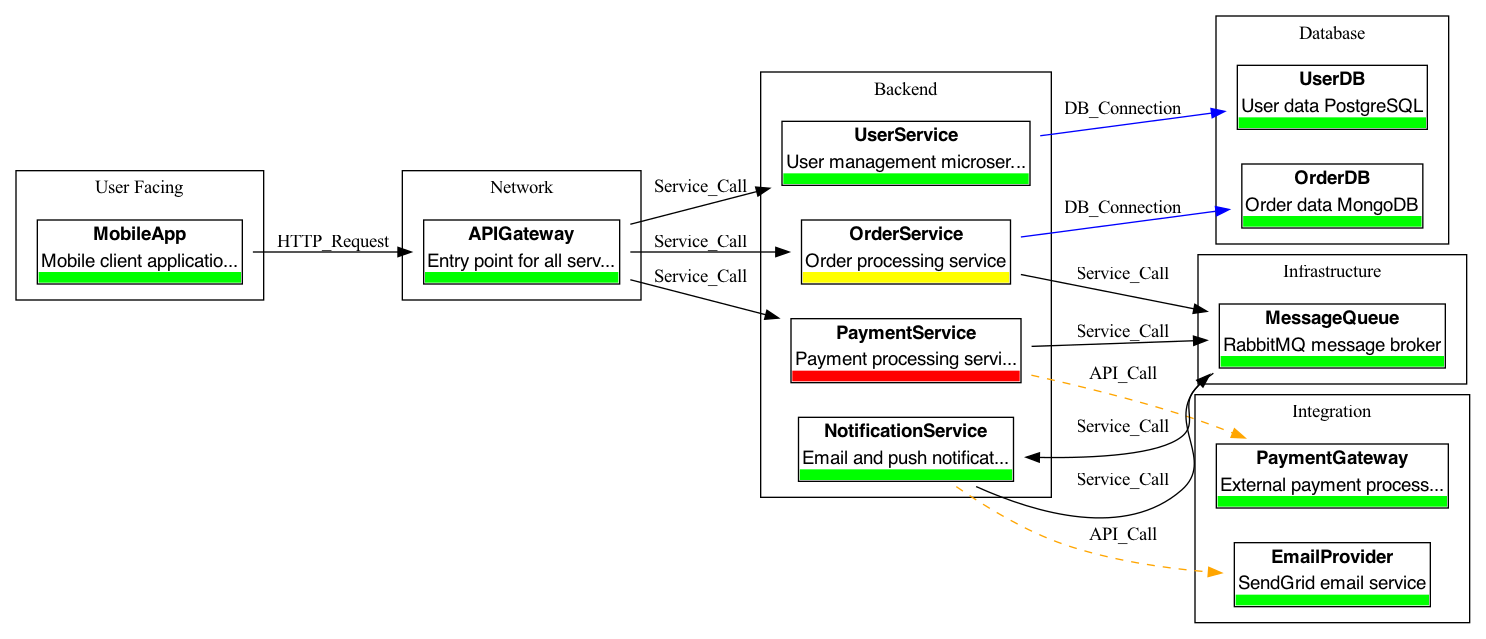
Earlier version of the Graphviz export example_output/microservices.png (imran31415/gorph). Its source is kept beside it as example_output/microservices.dot.
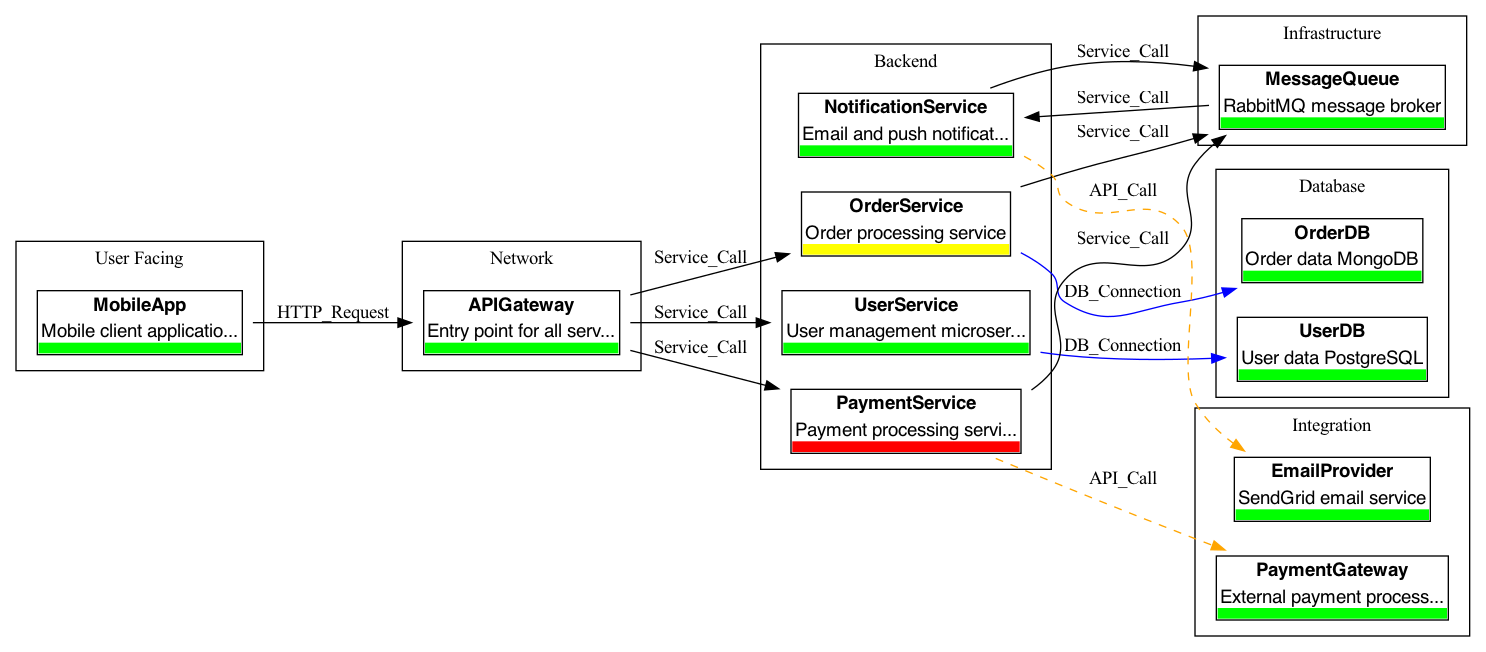
Later version of the same file.

Diff of the diagram source:
```diff
@@ -1,6 +1,33 @@
 digraph Infrastructure {
   rankdir=LR;
   node [shape=plaintext, fontname=Helvetica];
+  subgraph cluster_DATABASE {
+    label="Database";
+    UserDB [tooltip="UserDB: User data PostgreSQL\nStatus: healthy\nOwner: user-team\nEnvironment: production" label=<
+      <TABLE BORDER="1" CELLBORDER="0" CELLSPACING="0">
+        <TR><TD><B>UserDB</B></TD></TR>
+        <TR><TD>User data PostgreSQL</TD></TR>
+        <TR><TD BGCOLOR="green" HEIGHT="8"></TD></TR>
+      </TABLE>
+    >];
+    OrderDB [tooltip="OrderDB: Order data MongoDB\nStatus: healthy\nOwner: order-team\nEnvironment: production" label=<
+      <TABLE BORDER="1" CELLBORDER="0" CELLSPACING="0">
+        <TR><TD><B>OrderDB</B></TD></TR>
+        <TR><TD>Order data MongoDB</TD></TR>
+        <TR><TD BGCOLOR="green" HEIGHT="8"></TD></TR>
+      </TABLE>
+    >];
+  }
+  subgraph cluster_INFRASTRUCTURE {
+    label="Infrastructure";
+    MessageQueue [tooltip="MessageQueue: RabbitMQ message broker\nStatus: healthy\nOwner: platform-team\nEnvironment: production" label=<
+      <TABLE BORDER="1" CELLBORDER="0" CELLSPACING="0">
+        <TR><TD><B>MessageQueue</B></TD></TR>
+        <TR><TD>RabbitMQ message broker</TD></TR>
+        <TR><TD BGCOLOR="green" HEIGHT="8"></TD></TR>
+      </TABLE>
+    >];
+  }
   subgraph cluster_INTEGRATION {
     label="Integration";
     PaymentGateway [tooltip="PaymentGateway: External payment processor\nStatus: healthy\nOwner: integrations\nEnvironment: production\nTags: [external]" label=<
@@ -69,33 +96,6 @@
       </TABLE>
     >];
   }
-  subgraph cluster_DATABASE {
-    label="Database";
-    UserDB [tooltip="UserDB: User data PostgreSQL\nStatus: healthy\nOwner: user-team\nEnvironment: production" label=<
-      <TABLE BORDER="1" CELLBORDER="0" CELLSPACING="0">
-        <TR><TD><B>UserDB</B></TD></TR>
-        <TR><TD>User data PostgreSQL</TD></TR>
-        <TR><TD BGCOLOR="green" HEIGHT="8"></TD></TR>
-      </TABLE>
-    >];
-    OrderDB [tooltip="OrderDB: Order data MongoDB\nStatus: healthy\nOwner: order-team\nEnvironment: production" label=<
-      <TABLE BORDER="1" CELLBORDER="0" CELLSPACING="0">
-        <TR><TD><B>OrderDB</B></TD></TR>
-        <TR><TD>Order data MongoDB</TD></TR>
-        <TR><TD BGCOLOR="green" HEIGHT="8"></TD></TR>
-      </TABLE>
-    >];
-  }
-  subgraph cluster_INFRASTRUCTURE {
-    label="Infrastructure";
-    MessageQueue [tooltip="MessageQueue: RabbitMQ message broker\nStatus: healthy\nOwner: platform-team\nEnvironment: production" label=<
-      <TABLE BORDER="1" CELLBORDER="0" CELLSPACING="0">
-        <TR><TD><B>MessageQueue</B></TD></TR>
-        <TR><TD>RabbitMQ message broker</TD></TR>
-        <TR><TD BGCOLOR="green" HEIGHT="8"></TD></TR>
-      </TABLE>
-    >];
-  }
   MobileApp -> APIGateway [label="HTTP_Request", color=black];
   APIGateway -> UserService [label="Service_Call", color=black];
   APIGateway -> OrderService [label="Service_Call", color=black];
```
